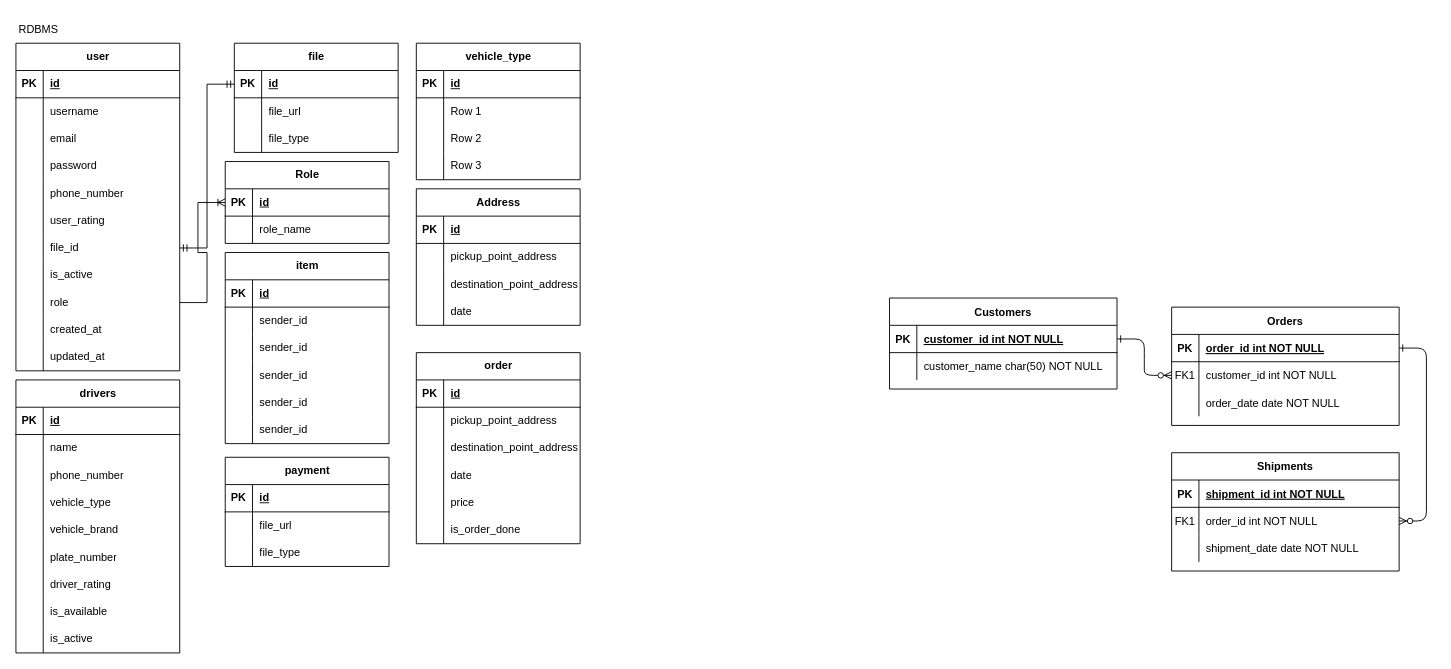
The draw.io diagram starspace/Untitled Diagram.drawio in DemoNicky/technical-test, before the edit. Source tidied: cells renumbered, new cells numbered last; positions are measured from the earlier drawing's top-left corner, leaving out a move shared by most shapes. Both pictures are drawn from the tidied source at 91%, with x=0, y=0 at pixel (15, 15).
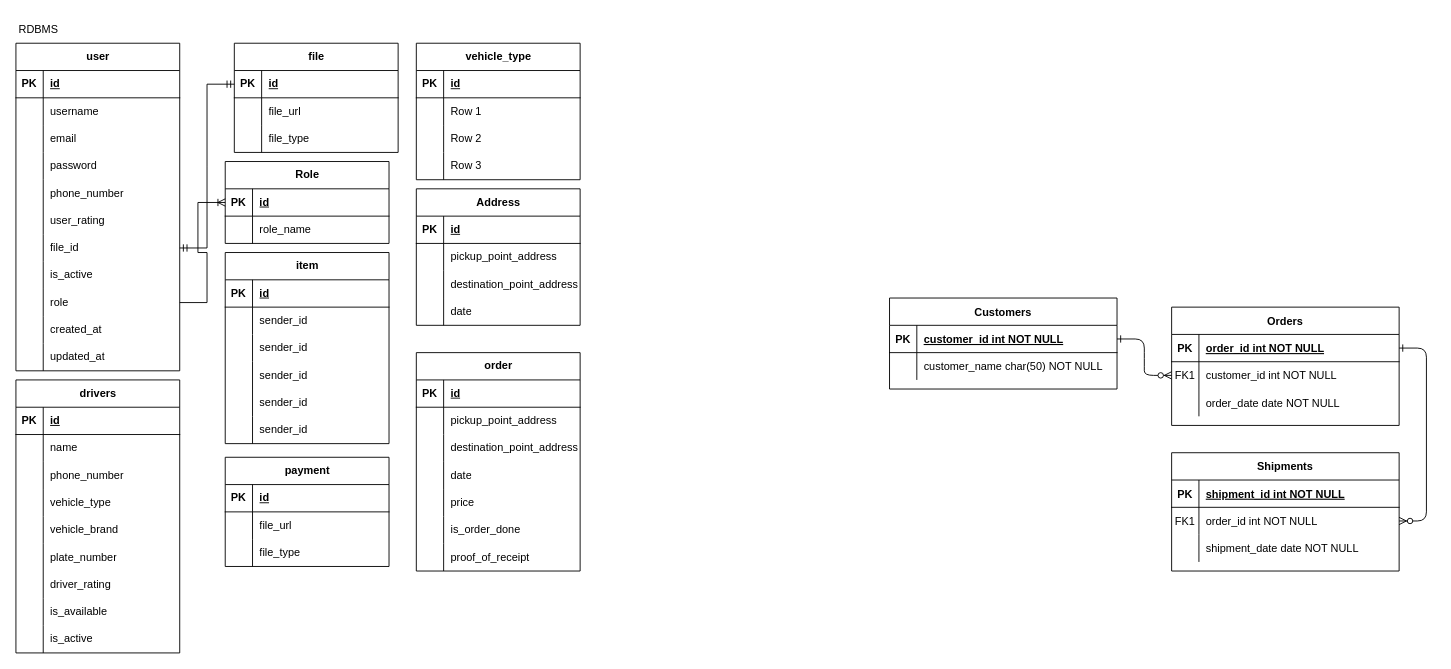
The same diagram, later.

Change to the diagram source:
```diff
@@
     <mxCell id="127" value="order" style="shape=table;startSize=30;childLayout=tableLayout;rowLines=0;fontStyle=1;align=center;html=1;" parent="1" vertex="1">
-      <mxGeometry x="440" y="370" width="180" height="210" as="geometry" />
+      <mxGeometry x="440" y="370" width="180" height="240" as="geometry" />
     </mxCell>
@@
+    <mxCell id="187" style="shape=tableRow;horizontal=0;startSize=0;swimlaneHead=0;swimlaneBody=0;fillColor=none;top=0;left=0;right=0;bottom=0;" parent="127" vertex="1">
+      <mxGeometry y="210" width="180" height="30" as="geometry" />
+    </mxCell>
+    <mxCell id="188" style="shape=partialRectangle;fillColor=none;top=0;left=0;bottom=0;right=0;overflow=hidden;whiteSpace=wrap;html=1;" parent="187" vertex="1">
+      <mxGeometry width="30" height="30" as="geometry" />
+    </mxCell>
+    <mxCell id="189" value="proof_of_receipt" style="shape=partialRectangle;fillColor=none;top=0;left=0;bottom=0;right=0;align=left;spacingLeft=6;overflow=hidden;whiteSpace=wrap;html=1;" parent="187" vertex="1">
+      <mxGeometry x="30" width="150" height="30" as="geometry" />
+    </mxCell>
```
